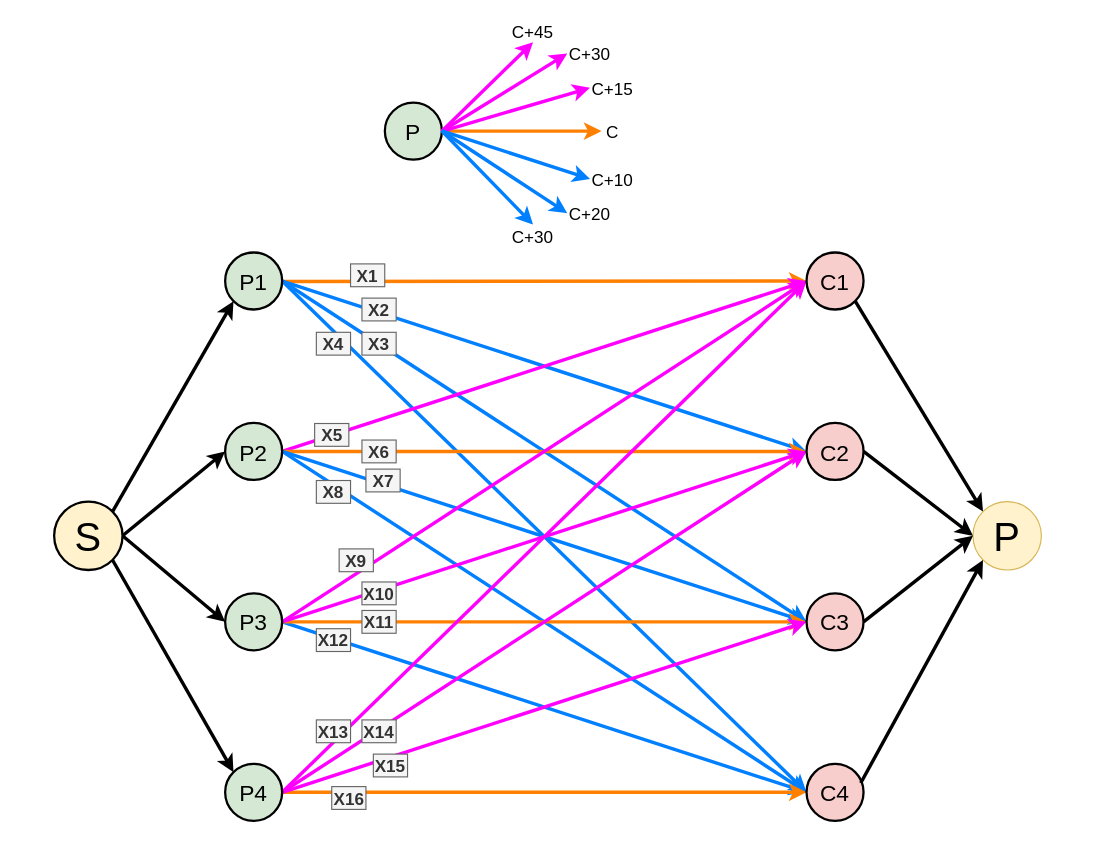
Before: RO/TP2/Untitled Diagram.drawio in Fallkaniste/L3, a draw.io diagram. Source tidied: cells renumbered, new cells numbered last; positions are measured from the earlier drawing's top-left corner, leaving out a move shared by most shapes. Both pictures are drawn from the tidied source at 114%, with x=0, y=0 at pixel (54, 19).
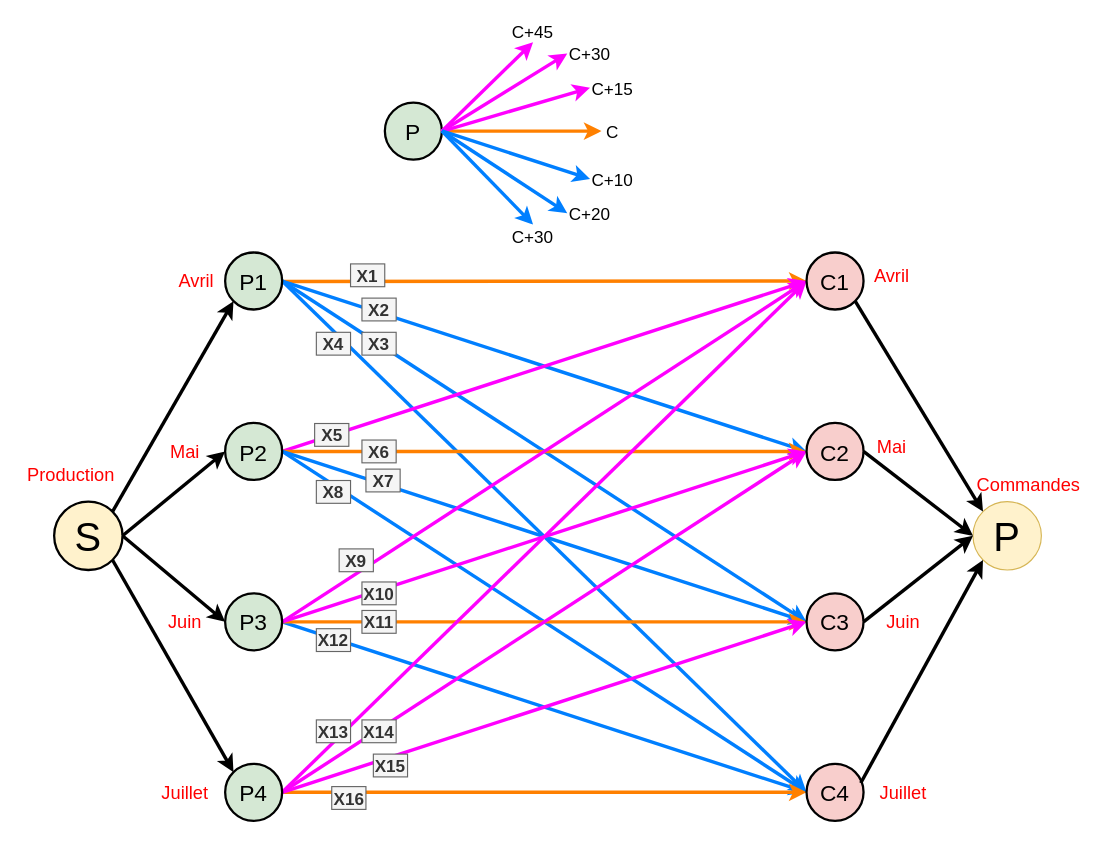
The same page after the edit.

Diff of the diagram source:
```diff
@@
+    <mxCell id="67" value="&lt;font style=&quot;font-size: 16px&quot; color=&quot;#FF0000&quot;&gt;Juillet&lt;/font&gt;" style="text;html=1;strokeColor=none;fillColor=none;align=center;verticalAlign=middle;whiteSpace=wrap;rounded=0;" parent="1" vertex="1">
+      <mxGeometry x="90" y="662.5" width="50" height="30" as="geometry" />
+    </mxCell>
+    <mxCell id="68" value="&lt;div&gt;&lt;font style=&quot;font-size: 16px&quot; color=&quot;#FF0000&quot;&gt;Juin&lt;/font&gt;&lt;/div&gt;" style="text;html=1;strokeColor=none;fillColor=none;align=center;verticalAlign=middle;whiteSpace=wrap;rounded=0;" parent="1" vertex="1">
+      <mxGeometry x="90" y="513" width="50" height="30" as="geometry" />
+    </mxCell>
+    <mxCell id="69" value="&lt;div&gt;&lt;font style=&quot;font-size: 16px&quot; color=&quot;#FF0000&quot;&gt;Mai&lt;/font&gt;&lt;/div&gt;" style="text;html=1;strokeColor=none;fillColor=none;align=center;verticalAlign=middle;whiteSpace=wrap;rounded=0;" parent="1" vertex="1">
+      <mxGeometry x="90" y="363.5" width="50" height="30" as="geometry" />
+    </mxCell>
+    <mxCell id="70" value="&lt;div&gt;&lt;font style=&quot;font-size: 16px&quot; color=&quot;#FF0000&quot;&gt;Avril&lt;/font&gt;&lt;/div&gt;" style="text;html=1;strokeColor=none;fillColor=none;align=center;verticalAlign=middle;whiteSpace=wrap;rounded=0;" parent="1" vertex="1">
+      <mxGeometry x="100" y="214" width="50" height="30" as="geometry" />
+    </mxCell>
+    <mxCell id="71" value="&lt;div&gt;&lt;font style=&quot;font-size: 16px&quot; color=&quot;#FF0000&quot;&gt;Production&lt;/font&gt;&lt;/div&gt;" style="text;html=1;strokeColor=none;fillColor=none;align=center;verticalAlign=middle;whiteSpace=wrap;rounded=0;" parent="1" vertex="1">
+      <mxGeometry x="-30" y="384" width="90" height="30" as="geometry" />
+    </mxCell>
+    <mxCell id="72" value="&lt;div&gt;&lt;font style=&quot;font-size: 16px&quot; color=&quot;#FF0000&quot;&gt;Commandes&lt;/font&gt;&lt;/div&gt;" style="text;html=1;strokeColor=none;fillColor=none;align=center;verticalAlign=middle;whiteSpace=wrap;rounded=0;" parent="1" vertex="1">
+      <mxGeometry x="810" y="392.5" width="90" height="30" as="geometry" />
+    </mxCell>
+    <mxCell id="73" value="&lt;div&gt;&lt;font style=&quot;font-size: 16px&quot; color=&quot;#FF0000&quot;&gt;Avril&lt;/font&gt;&lt;/div&gt;" style="text;html=1;strokeColor=none;fillColor=none;align=center;verticalAlign=middle;whiteSpace=wrap;rounded=0;" parent="1" vertex="1">
+      <mxGeometry x="710" y="209" width="50" height="30" as="geometry" />
+    </mxCell>
+    <mxCell id="74" value="&lt;div&gt;&lt;font style=&quot;font-size: 16px&quot; color=&quot;#FF0000&quot;&gt;Mai&lt;/font&gt;&lt;/div&gt;" style="text;html=1;strokeColor=none;fillColor=none;align=center;verticalAlign=middle;whiteSpace=wrap;rounded=0;" parent="1" vertex="1">
+      <mxGeometry x="710" y="359" width="50" height="30" as="geometry" />
+    </mxCell>
+    <mxCell id="75" value="&lt;div&gt;&lt;font style=&quot;font-size: 16px&quot; color=&quot;#FF0000&quot;&gt;Juin&lt;/font&gt;&lt;/div&gt;" style="text;html=1;strokeColor=none;fillColor=none;align=center;verticalAlign=middle;whiteSpace=wrap;rounded=0;" parent="1" vertex="1">
+      <mxGeometry x="720" y="513" width="50" height="30" as="geometry" />
+    </mxCell>
+    <mxCell id="76" value="&lt;font style=&quot;font-size: 16px&quot; color=&quot;#FF0000&quot;&gt;Juillet&lt;/font&gt;" style="text;html=1;strokeColor=none;fillColor=none;align=center;verticalAlign=middle;whiteSpace=wrap;rounded=0;" parent="1" vertex="1">
+      <mxGeometry x="720" y="662.5" width="50" height="30" as="geometry" />
+    </mxCell>
```
